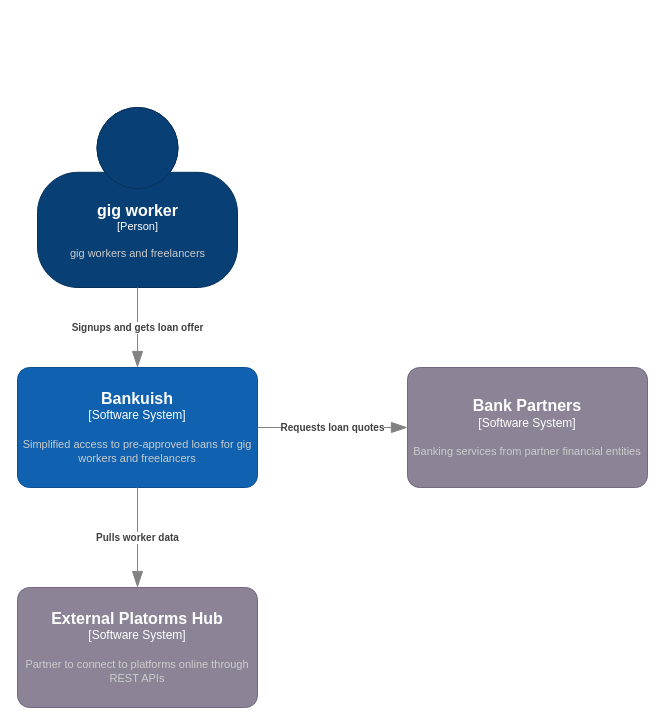
This is page "Context" (2 of 7) of Bankuish C4.drawio from tomasmaroscikas/78ce3649b82c17ac6cf292412ebbdc11, a draw.io file, before an edit. Source tidied: cells renumbered, new cells numbered last; positions are measured from the earlier drawing's top-left corner, leaving out a move shared by most shapes. Both pictures are drawn from the tidied source at 100%, with x=0, y=0 at pixel (17, 107).
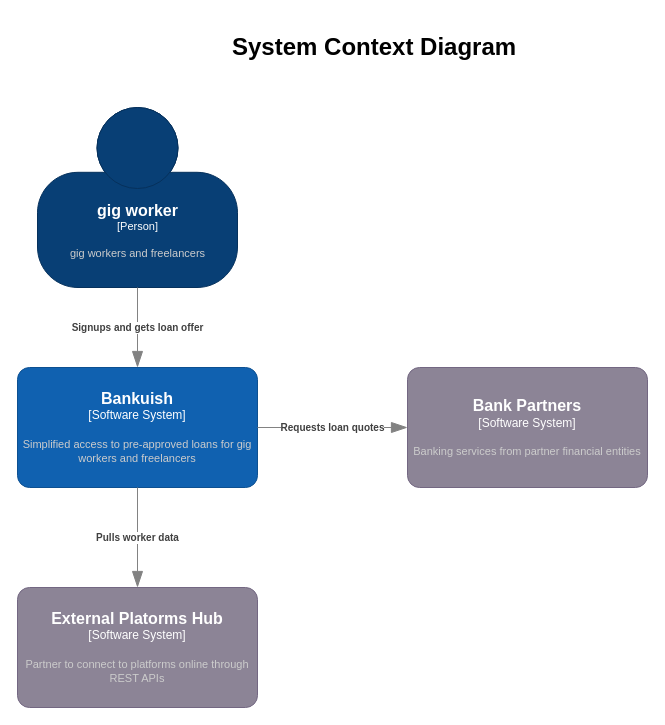
The same page after the edit.

The edit, as a diff of the source:
```diff
@@
 <mxGraphModel>
   <root>
     <mxCell id="0" />
     <mxCell id="1" parent="0" />
     <object id="2" label="&lt;font style=&quot;font-size: 16px&quot;&gt;&lt;b&gt;%c4Name%&lt;/b&gt;&lt;/font&gt;&lt;div&gt;[%c4Type%]&lt;/div&gt;&lt;br&gt;&lt;div&gt;&lt;font style=&quot;font-size: 11px&quot;&gt;&lt;font color=&quot;#cccccc&quot;&gt;%c4Description%&lt;/font&gt;&lt;/div&gt;" c4Description="gig workers and freelancers" c4Name="gig worker" c4Type="Person" placeholders="1">
       <mxCell style="html=1;fontSize=11;dashed=0;whitespace=wrap;fillColor=#083F75;strokeColor=#06315C;fontColor=#ffffff;shape=mxgraph.c4.person2;align=center;points=[[0.5,0,0],[1,0.5,0],[1,0.75,0],[0.75,1,0],[0.5,1,0],[0.25,1,0],[0,0.75,0],[0,0.5,0]];" parent="1" vertex="1">
         <mxGeometry x="20" width="200" height="180" as="geometry" />
       </mxCell>
     </object>
     <object id="3" label="&lt;font style=&quot;font-size: 16px&quot;&gt;&lt;b&gt;%c4Name%&lt;/b&gt;&lt;/font&gt;&lt;div&gt;[%c4Type%]&lt;/div&gt;&lt;br&gt;&lt;div&gt;&lt;font style=&quot;font-size: 11px&quot;&gt;&lt;font color=&quot;#cccccc&quot;&gt;%c4Description%&lt;/font&gt;&lt;/div&gt;" c4Description="Simplified access to pre-approved loans for gig workers and freelancers" c4Name="Bankuish" c4Type="Software System" placeholders="1">
       <mxCell style="rounded=1;whiteSpace=wrap;html=1;labelBackgroundColor=none;fillColor=#1061B0;fontColor=#ffffff;align=center;arcSize=10;strokeColor=#0D5091;points=[[0.25,0,0],[0.5,0,0],[0.75,0,0],[1,0.25,0],[1,0.5,0],[1,0.75,0],[0.75,1,0],[0.5,1,0],[0.25,1,0],[0,0.75,0],[0,0.5,0],[0,0.25,0]];" parent="1" vertex="1">
         <mxGeometry y="260" width="240" height="120" as="geometry" />
       </mxCell>
     </object>
     <object id="4" label="&lt;font style=&quot;font-size: 16px&quot;&gt;&lt;b&gt;%c4Name%&lt;/b&gt;&lt;/font&gt;&lt;div&gt;[%c4Type%]&lt;/div&gt;&lt;br&gt;&lt;div&gt;&lt;font style=&quot;font-size: 11px&quot;&gt;&lt;font color=&quot;#cccccc&quot;&gt;%c4Description%&lt;/font&gt;&lt;/div&gt;" c4Description="Banking services from partner financial entities" c4Name="Bank Partners" c4Type="Software System" placeholders="1">
       <mxCell style="rounded=1;whiteSpace=wrap;html=1;labelBackgroundColor=none;fillColor=#8C8496;fontColor=#ffffff;align=center;arcSize=10;strokeColor=#736782;points=[[0.25,0,0],[0.5,0,0],[0.75,0,0],[1,0.25,0],[1,0.5,0],[1,0.75,0],[0.75,1,0],[0.5,1,0],[0.25,1,0],[0,0.75,0],[0,0.5,0],[0,0.25,0]];" parent="1" vertex="1">
         <mxGeometry x="390" y="260" width="240" height="120" as="geometry" />
       </mxCell>
     </object>
     <object id="5" label="&lt;font style=&quot;font-size: 16px&quot;&gt;&lt;b&gt;%c4Name%&lt;/b&gt;&lt;/font&gt;&lt;div&gt;[%c4Type%]&lt;/div&gt;&lt;br&gt;&lt;div&gt;&lt;font style=&quot;font-size: 11px&quot;&gt;&lt;font color=&quot;#cccccc&quot;&gt;%c4Description%&lt;/font&gt;&lt;/div&gt;" c4Description="Partner to connect to platforms online through REST APIs" c4Name="External Platorms Hub" c4Type="Software System" placeholders="1">
       <mxCell style="rounded=1;whiteSpace=wrap;html=1;labelBackgroundColor=none;fillColor=#8C8496;fontColor=#ffffff;align=center;arcSize=10;strokeColor=#736782;points=[[0.25,0,0],[0.5,0,0],[0.75,0,0],[1,0.25,0],[1,0.5,0],[1,0.75,0],[0.75,1,0],[0.5,1,0],[0.25,1,0],[0,0.75,0],[0,0.5,0],[0,0.25,0]];" parent="1" vertex="1">
         <mxGeometry y="480" width="240" height="120" as="geometry" />
       </mxCell>
     </object>
     <object id="6" label="&lt;div style=&quot;text-align: left&quot;&gt;&lt;div style=&quot;text-align: center&quot;&gt;&lt;b&gt;%c4Description%&lt;/b&gt;&lt;/div&gt;" c4Description="Signups and gets loan offer" placeholders="1">
       <mxCell style="endArrow=blockThin;html=1;fontSize=10;fontColor=#404040;strokeWidth=1;endFill=1;strokeColor=#828282;elbow=vertical;endSize=14;startSize=14;jumpStyle=arc;jumpSize=16;rounded=0;edgeStyle=orthogonalEdgeStyle;exitX=0.5;exitY=1;exitDx=0;exitDy=0;exitPerimeter=0;entryX=0.5;entryY=0;entryDx=0;entryDy=0;entryPerimeter=0;" parent="1" edge="1" source="2" target="3">
         <mxGeometry relative="1" as="geometry" />
       </mxCell>
     </object>
     <object id="7" label="&lt;div style=&quot;text-align: left&quot;&gt;&lt;div style=&quot;text-align: center&quot;&gt;&lt;b&gt;%c4Description%&lt;/b&gt;&lt;/div&gt;" c4Description="Requests loan quotes" placeholders="1">
       <mxCell style="endArrow=blockThin;html=1;fontSize=10;fontColor=#404040;strokeWidth=1;endFill=1;strokeColor=#828282;elbow=vertical;endSize=14;startSize=14;jumpStyle=arc;jumpSize=16;rounded=0;edgeStyle=orthogonalEdgeStyle;exitX=1;exitY=0.5;exitDx=0;exitDy=0;exitPerimeter=0;entryX=0;entryY=0.5;entryDx=0;entryDy=0;entryPerimeter=0;" parent="1" edge="1" source="3" target="4">
         <mxGeometry relative="1" as="geometry" />
       </mxCell>
     </object>
     <object id="8" label="&lt;div style=&quot;text-align: left&quot;&gt;&lt;div style=&quot;text-align: center&quot;&gt;&lt;b&gt;%c4Description%&lt;/b&gt;&lt;/div&gt;" c4Description="Pulls worker data" placeholders="1">
       <mxCell style="endArrow=blockThin;html=1;fontSize=10;fontColor=#404040;strokeWidth=1;endFill=1;strokeColor=#828282;elbow=vertical;endSize=14;startSize=14;jumpStyle=arc;jumpSize=16;rounded=0;edgeStyle=orthogonalEdgeStyle;entryX=0.5;entryY=0;entryDx=0;entryDy=0;entryPerimeter=0;exitX=0.5;exitY=1;exitDx=0;exitDy=0;exitPerimeter=0;" parent="1" edge="1" source="3" target="5">
         <mxGeometry relative="1" as="geometry" />
       </mxCell>
     </object>
+    <mxCell id="9" value="&lt;h1&gt;System Context Diagram&lt;/h1&gt;" style="text;html=1;strokeColor=none;fillColor=none;spacing=5;spacingTop=-20;whiteSpace=wrap;overflow=hidden;rounded=0;" parent="1" vertex="1">
+      <mxGeometry x="210" y="-80" width="330" height="50" as="geometry" />
+    </mxCell>
   </root>
 </mxGraphModel>
```
